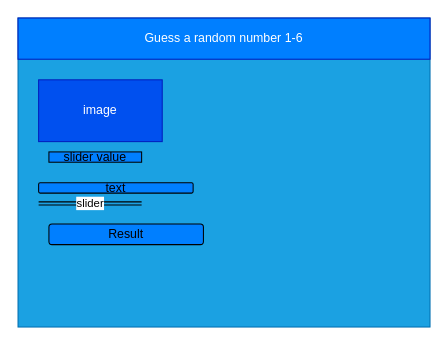
Before: design/story-board.drawio in Allen-Li-hub/ICS2OR-Unit-6-04, a draw.io diagram. Source tidied: cells renumbered, new cells numbered last; positions are measured from the earlier drawing's top-left corner, leaving out a move shared by most shapes. Both pictures are drawn from the tidied source at 103%, with x=0, y=0 at pixel (18, 18).
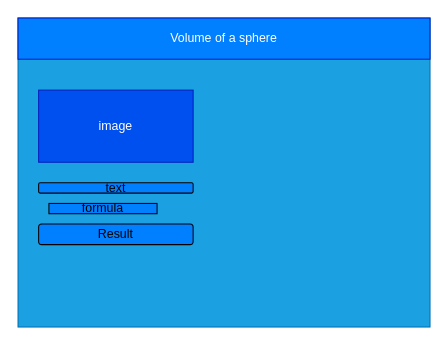
The same page after the edit.

The edit, as a diff of the source:
```diff
@@
 <mxGraphModel>
   <root>
     <mxCell id="0" />
     <mxCell id="1" parent="0" />
     <mxCell id="2" style="rounded=0;whiteSpace=wrap;html=1;fillColor=#1ba1e2;fontColor=#ffffff;strokeColor=#006EAF;" parent="1" vertex="1">
       <mxGeometry width="400" height="300" as="geometry" />
     </mxCell>
-    <mxCell id="3" value="Guess a random number 1-6" style="rounded=0;whiteSpace=wrap;html=1;fillColor=#007FFF;fontColor=#ffffff;strokeColor=#001DBC;" parent="1" vertex="1">
+    <mxCell id="3" value="Volume of a sphere" style="rounded=0;whiteSpace=wrap;html=1;fillColor=#007FFF;fontColor=#ffffff;strokeColor=#001DBC;" parent="1" vertex="1">
       <mxGeometry width="400" height="40" as="geometry" />
     </mxCell>
     <mxCell id="4" value="image" style="rounded=0;whiteSpace=wrap;html=1;fillColor=#0050ef;fontColor=#ffffff;strokeColor=#001DBC;" parent="1" vertex="1">
-      <mxGeometry x="20" y="60" width="120" height="60" as="geometry" />
+      <mxGeometry x="20" y="70" width="150" height="70" as="geometry" />
     </mxCell>
-    <mxCell id="5" value="slider value" style="rounded=0;whiteSpace=wrap;html=1;fillColor=#007FFF;" parent="1" vertex="1">
-      <mxGeometry x="30" y="130" width="90" height="10" as="geometry" />
+    <mxCell id="5" value="formula" style="rounded=0;whiteSpace=wrap;html=1;fillColor=#007FFF;" parent="1" vertex="1">
+      <mxGeometry x="30" y="180" width="105" height="10" as="geometry" />
     </mxCell>
-    <mxCell id="6" value="slider" style="shape=link;html=1;width=3;" parent="1" edge="1">
-      <mxGeometry relative="1" as="geometry">
-        <mxPoint x="20" y="180" as="sourcePoint" />
-        <mxPoint x="120" y="180" as="targetPoint" />
-      </mxGeometry>
-    </mxCell>
     <mxCell id="7" value="Result" style="rounded=1;whiteSpace=wrap;html=1;fillColor=#007FFF;" parent="1" vertex="1">
-      <mxGeometry x="30" y="200" width="150" height="20" as="geometry" />
+      <mxGeometry x="20" y="200" width="150" height="20" as="geometry" />
     </mxCell>
     <mxCell id="8" value="text" style="rounded=1;whiteSpace=wrap;html=1;fillColor=#007FFF;" parent="1" vertex="1">
       <mxGeometry x="20" y="160" width="150" height="10" as="geometry" />
     </mxCell>
   </root>
 </mxGraphModel>
```
